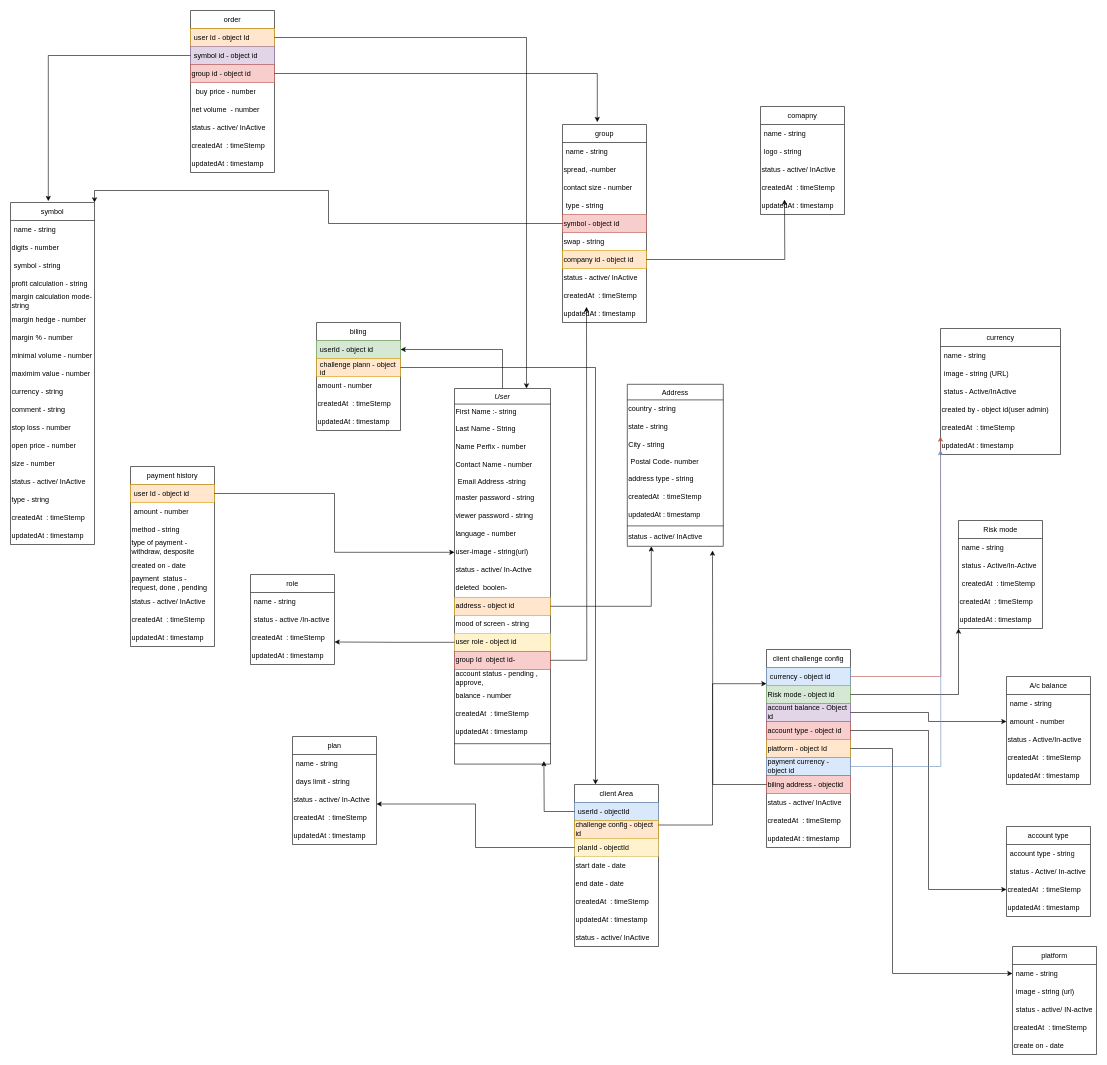
Earlier version of the draw.io diagram Untitled Diagram.drawio (ankurram/testing1). Source tidied: cells renumbered, new cells numbered last; positions are measured from the earlier drawing's top-left corner, leaving out a move shared by most shapes. Both pictures are drawn from the tidied source at 60%, with x=0, y=0 at pixel (10, 10).
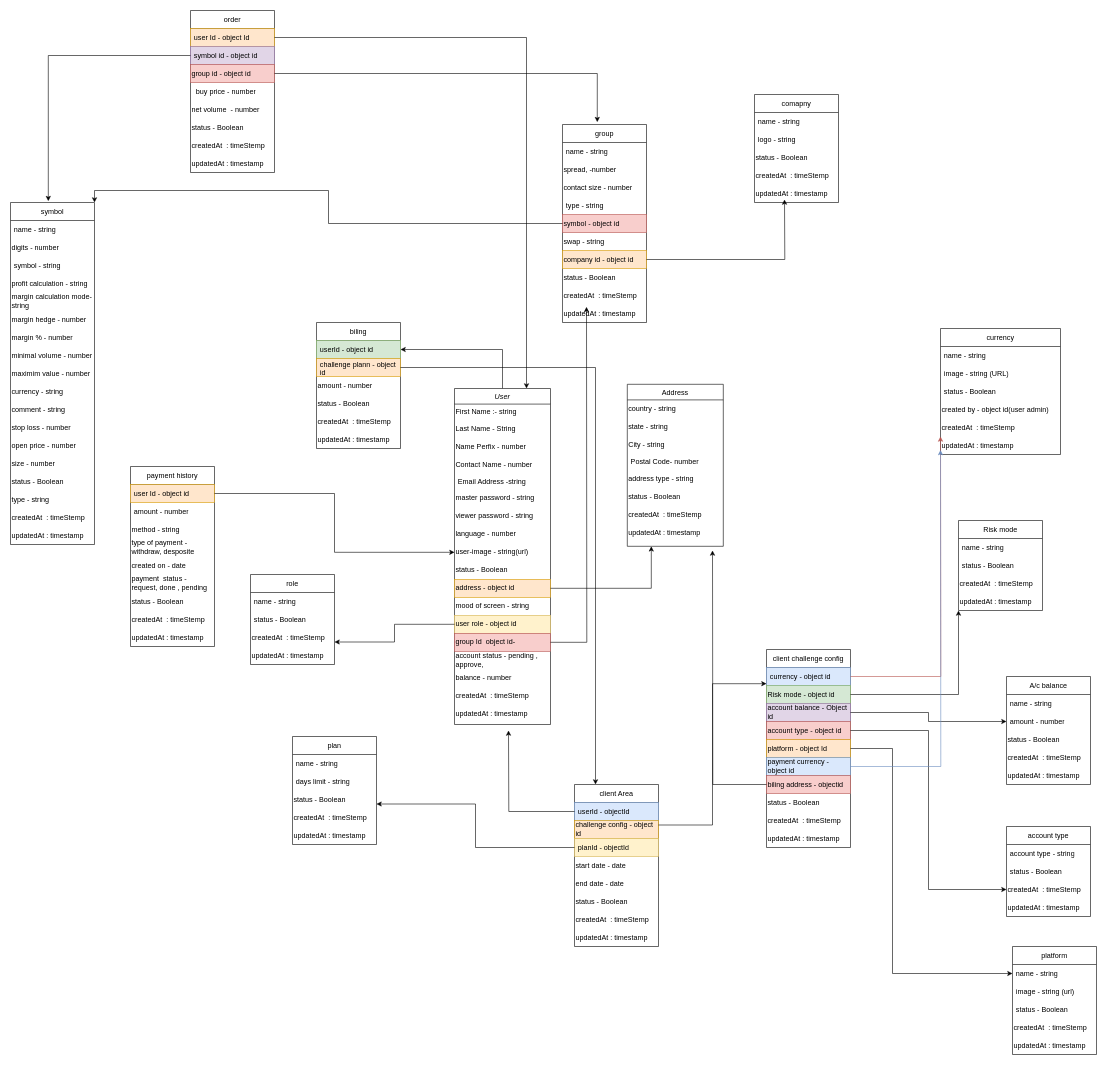
The same page after the edit.

Unchanged cells that the change refers to:
```xml
<mxCell id="24" value="Address" style="swimlane;fontStyle=0;align=center;verticalAlign=top;horizontal=1;startSize=26;rounded=0;shadow=0;strokeWidth=1;" parent="1" vertex="1">
  <mxGeometry x="1028" y="623" width="160" height="270" as="geometry" />
</mxCell>
<mxCell id="34" value="client Area" style="swimlane;fontStyle=0;horizontal=1;startSize=30;whiteSpace=wrap;html=1;" parent="1" vertex="1">
  <mxGeometry x="940" y="1290" width="140" height="270" as="geometry" />
</mxCell>
<mxCell id="35" value="userId - objectId" style="text;strokeColor=#6c8ebf;fillColor=#dae8fc;align=left;verticalAlign=middle;spacingLeft=4;spacingRight=4;overflow=hidden;points=[[0,0.5],[1,0.5]];portConstraint=eastwest;whiteSpace=wrap;html=1;" parent="34" vertex="1">
  <mxGeometry y="30" width="140" height="30" as="geometry" />
</mxCell>
<mxCell id="44" value="client challenge config" style="swimlane;fontStyle=0;horizontal=1;startSize=30;whiteSpace=wrap;html=1;" parent="1" vertex="1">
  <mxGeometry x="1260" y="1065" width="140" height="330" as="geometry" />
</mxCell>
<mxCell id="63" value="&lt;div align=&quot;center&quot;&gt;plan&lt;/div&gt;" style="swimlane;fontStyle=0;horizontal=1;startSize=30;whiteSpace=wrap;html=1;align=center;" parent="1" vertex="1">
  <mxGeometry x="470" y="1210" width="140" height="180" as="geometry" />
</mxCell>
<mxCell id="69" value="currency" style="swimlane;fontStyle=0;horizontal=1;startSize=30;whiteSpace=wrap;html=1;" parent="1" vertex="1">
  <mxGeometry x="1550" y="530" width="200" height="210" as="geometry" />
</mxCell>
<mxCell id="84" value="A/c balance" style="swimlane;fontStyle=0;horizontal=1;startSize=30;whiteSpace=wrap;html=1;" parent="1" vertex="1">
  <mxGeometry x="1660" y="1110" width="140" height="180" as="geometry" />
</mxCell>
<mxCell id="91" value="account type" style="swimlane;fontStyle=0;horizontal=1;startSize=30;whiteSpace=wrap;html=1;labelBackgroundColor=none;labelBorderColor=none;" parent="1" vertex="1">
  <mxGeometry x="1660" y="1360" width="140" height="150" as="geometry" />
</mxCell>
<mxCell id="97" value="platform " style="swimlane;fontStyle=0;horizontal=1;startSize=30;whiteSpace=wrap;html=1;" parent="1" vertex="1">
  <mxGeometry x="1670" y="1560" width="140" height="180" as="geometry" />
</mxCell>
<mxCell id="105" value="payment history" style="swimlane;fontStyle=0;horizontal=1;startSize=30;whiteSpace=wrap;html=1;" parent="1" vertex="1">
  <mxGeometry x="200" y="760" width="140" height="300" as="geometry" />
</mxCell>
<mxCell id="119" value="order" style="swimlane;fontStyle=0;horizontal=1;startSize=30;whiteSpace=wrap;html=1;" parent="1" vertex="1">
  <mxGeometry x="300" width="140" height="270" as="geometry" />
</mxCell>
<mxCell id="128" value="role" style="swimlane;fontStyle=0;horizontal=1;startSize=30;whiteSpace=wrap;html=1;" parent="1" vertex="1">
  <mxGeometry x="400" y="940" width="140" height="150" as="geometry" />
</mxCell>
<mxCell id="134" value="group " style="swimlane;fontStyle=0;horizontal=1;startSize=30;whiteSpace=wrap;html=1;" parent="1" vertex="1">
  <mxGeometry x="920" y="190" width="140" height="330" as="geometry" />
</mxCell>
<mxCell id="146" value="symbol" style="swimlane;fontStyle=0;horizontal=1;startSize=30;whiteSpace=wrap;html=1;" parent="1" vertex="1">
  <mxGeometry y="320" width="140" height="570" as="geometry" />
</mxCell>
```

The edit, as a diff of the source:
```diff
@@
     <mxCell id="3" value="User" style="swimlane;fontStyle=2;align=center;verticalAlign=top;horizontal=1;startSize=26;rounded=0;shadow=0;strokeWidth=1;" parent="1" vertex="1">
-      <mxGeometry x="740" y="630" width="160" height="626" as="geometry" />
+      <mxGeometry x="740" y="630" width="160" height="560" as="geometry" />
     </mxCell>
@@
-    <mxCell id="13" value="status - active/ In-Active" style="text;html=1;strokeColor=none;fillColor=none;align=left;verticalAlign=middle;whiteSpace=wrap;rounded=0;" parent="3" vertex="1">
+    <mxCell id="13" value="status - Boolean " style="text;html=1;strokeColor=none;fillColor=none;align=left;verticalAlign=middle;whiteSpace=wrap;rounded=0;" parent="3" vertex="1">
       <mxGeometry y="288" width="160" height="30" as="geometry" />
     </mxCell>
-    <mxCell id="14" value="deleted&amp;nbsp; boolen- " style="text;html=1;strokeColor=none;fillColor=none;align=left;verticalAlign=middle;whiteSpace=wrap;rounded=0;" parent="3" vertex="1">
-      <mxGeometry y="318" width="160" height="30" as="geometry" />
-    </mxCell>
     <mxCell id="15" value="address - object id" style="text;html=1;strokeColor=#d79b00;fillColor=#ffe6cc;align=left;verticalAlign=middle;whiteSpace=wrap;rounded=0;" parent="3" vertex="1">
-      <mxGeometry y="348" width="160" height="30" as="geometry" />
+      <mxGeometry y="318" width="160" height="30" as="geometry" />
     </mxCell>
     <mxCell id="16" value="mood of screen - string" style="text;html=1;strokeColor=none;fillColor=none;align=left;verticalAlign=middle;whiteSpace=wrap;rounded=0;" parent="3" vertex="1">
-      <mxGeometry y="378" width="160" height="30" as="geometry" />
+      <mxGeometry y="348" width="160" height="30" as="geometry" />
     </mxCell>
     <mxCell id="17" value="user role - object id " style="text;html=1;strokeColor=#d6b656;fillColor=#fff2cc;align=left;verticalAlign=middle;whiteSpace=wrap;rounded=0;" parent="3" vertex="1">
-      <mxGeometry y="408" width="160" height="30" as="geometry" />
+      <mxGeometry y="378" width="160" height="30" as="geometry" />
     </mxCell>
     <mxCell id="18" value="group Id&amp;nbsp; object id-" style="text;html=1;strokeColor=#b85450;fillColor=#f8cecc;align=left;verticalAlign=middle;whiteSpace=wrap;rounded=0;" parent="3" vertex="1">
-      <mxGeometry y="438" width="160" height="30" as="geometry" />
+      <mxGeometry y="408" width="160" height="30" as="geometry" />
     </mxCell>
     <mxCell id="19" value="account status - pending , approve, " style="text;html=1;strokeColor=none;fillColor=none;align=left;verticalAlign=middle;whiteSpace=wrap;rounded=0;" parent="3" vertex="1">
-      <mxGeometry y="468" width="160" height="30" as="geometry" />
+      <mxGeometry y="438" width="160" height="30" as="geometry" />
     </mxCell>
     <mxCell id="20" value="balance - number" style="text;html=1;align=left;verticalAlign=middle;whiteSpace=wrap;rounded=0;" parent="3" vertex="1">
-      <mxGeometry y="498" width="160" height="30" as="geometry" />
+      <mxGeometry y="468" width="160" height="30" as="geometry" />
     </mxCell>
     <mxCell id="21" value="createdAt&amp;nbsp; : timeStemp" style="text;html=1;strokeColor=none;fillColor=none;align=left;verticalAlign=middle;whiteSpace=wrap;rounded=0;" parent="3" vertex="1">
-      <mxGeometry y="528" width="160" height="30" as="geometry" />
+      <mxGeometry y="498" width="160" height="30" as="geometry" />
     </mxCell>
     <mxCell id="22" value="updatedAt : timestamp" style="text;html=1;strokeColor=none;fillColor=none;align=left;verticalAlign=middle;whiteSpace=wrap;rounded=0;" parent="3" vertex="1">
-      <mxGeometry y="558" width="160" height="30" as="geometry" />
+      <mxGeometry y="528" width="160" height="30" as="geometry" />
     </mxCell>
-    <mxCell id="23" style="line;html=1;strokeWidth=1;align=left;verticalAlign=middle;spacingTop=-1;spacingLeft=3;spacingRight=3;labelPosition=right;" parent="3" vertex="1">
-      <mxGeometry y="588" width="160" height="8" as="geometry" />
-    </mxCell>
@@
+    <mxCell id="33" value="status - Boolean " style="text;html=1;strokeColor=none;fillColor=none;align=left;verticalAlign=middle;whiteSpace=wrap;rounded=0;" parent="24" vertex="1">
+      <mxGeometry y="172" width="160" height="30" as="geometry" />
+    </mxCell>
     <mxCell id="30" value="createdAt&amp;nbsp; : timeStemp" style="text;html=1;strokeColor=none;fillColor=none;align=left;verticalAlign=middle;whiteSpace=wrap;rounded=0;" parent="24" vertex="1">
-      <mxGeometry y="172" width="160" height="30" as="geometry" />
+      <mxGeometry y="202" width="160" height="30" as="geometry" />
     </mxCell>
     <mxCell id="31" value="updatedAt : timestamp" style="text;html=1;strokeColor=none;fillColor=none;align=left;verticalAlign=middle;whiteSpace=wrap;rounded=0;" parent="24" vertex="1">
-      <mxGeometry y="202" width="160" height="30" as="geometry" />
+      <mxGeometry y="232" width="160" height="30" as="geometry" />
     </mxCell>
-    <mxCell id="32" style="line;html=1;strokeWidth=1;align=left;verticalAlign=middle;spacingTop=-1;spacingLeft=3;spacingRight=3;labelPosition=right;" parent="24" vertex="1">
-      <mxGeometry y="232" width="160" height="8" as="geometry" />
-    </mxCell>
-    <mxCell id="33" value="status - active/ InActive" style="text;html=1;strokeColor=none;fillColor=none;align=left;verticalAlign=middle;whiteSpace=wrap;rounded=0;" parent="24" vertex="1">
-      <mxGeometry y="240" width="160" height="30" as="geometry" />
-    </mxCell>
@@
+    <mxCell id="42" value="status - Boolean " style="text;html=1;strokeColor=none;fillColor=none;align=left;verticalAlign=middle;whiteSpace=wrap;rounded=0;" parent="34" vertex="1">
+      <mxGeometry y="180" width="140" height="30" as="geometry" />
+    </mxCell>
     <mxCell id="40" value="&lt;div align=&quot;left&quot;&gt;createdAt&amp;nbsp; : timeStemp&lt;/div&gt;" style="text;html=1;strokeColor=none;fillColor=none;align=left;verticalAlign=middle;whiteSpace=wrap;rounded=0;" parent="34" vertex="1">
-      <mxGeometry y="180" width="140" height="30" as="geometry" />
+      <mxGeometry y="210" width="140" height="30" as="geometry" />
     </mxCell>
     <mxCell id="41" value="updatedAt : timestamp" style="text;html=1;strokeColor=none;fillColor=none;align=left;verticalAlign=middle;whiteSpace=wrap;rounded=0;" parent="34" vertex="1">
-      <mxGeometry y="210" width="140" height="30" as="geometry" />
+      <mxGeometry y="240" width="140" height="30" as="geometry" />
     </mxCell>
-    <mxCell id="42" value="status - active/ InActive" style="text;html=1;strokeColor=none;fillColor=none;align=left;verticalAlign=middle;whiteSpace=wrap;rounded=0;" parent="34" vertex="1">
-      <mxGeometry y="240" width="140" height="30" as="geometry" />
-    </mxCell>
@@
-    <mxCell id="52" value="status - active/ InActive" style="text;html=1;strokeColor=none;fillColor=none;align=left;verticalAlign=middle;whiteSpace=wrap;rounded=0;" parent="44" vertex="1">
+    <mxCell id="52" value="status - Boolean " style="text;html=1;strokeColor=none;fillColor=none;align=left;verticalAlign=middle;whiteSpace=wrap;rounded=0;" parent="44" vertex="1">
       <mxGeometry y="240" width="140" height="30" as="geometry" />
     </mxCell>
@@
     <mxCell id="56" value="biling" style="swimlane;fontStyle=0;horizontal=1;startSize=30;whiteSpace=wrap;html=1;" parent="1" vertex="1">
-      <mxGeometry x="510" y="520" width="140" height="180" as="geometry" />
+      <mxGeometry x="510" y="520" width="140" height="210" as="geometry" />
     </mxCell>
@@
+    <mxCell id="176" value="status - Boolean " style="text;html=1;strokeColor=none;fillColor=none;align=left;verticalAlign=middle;whiteSpace=wrap;rounded=0;" parent="56" vertex="1">
+      <mxGeometry y="120" width="140" height="30" as="geometry" />
+    </mxCell>
     <mxCell id="60" value="createdAt&amp;nbsp; : timeStemp" style="text;html=1;strokeColor=none;fillColor=none;align=left;verticalAlign=middle;whiteSpace=wrap;rounded=0;" parent="56" vertex="1">
-      <mxGeometry y="120" width="140" height="30" as="geometry" />
+      <mxGeometry y="150" width="140" height="30" as="geometry" />
     </mxCell>
     <mxCell id="61" value="updatedAt : timestamp" style="text;html=1;strokeColor=none;fillColor=none;align=left;verticalAlign=middle;whiteSpace=wrap;rounded=0;" parent="56" vertex="1">
-      <mxGeometry y="150" width="140" height="30" as="geometry" />
+      <mxGeometry y="180" width="140" height="30" as="geometry" />
     </mxCell>
@@
-    <mxCell id="66" value="status - active/ In-Active" style="text;html=1;strokeColor=none;fillColor=none;align=left;verticalAlign=middle;whiteSpace=wrap;rounded=0;" parent="63" vertex="1">
+    <mxCell id="66" value="status - Boolean " style="text;html=1;strokeColor=none;fillColor=none;align=left;verticalAlign=middle;whiteSpace=wrap;rounded=0;" parent="63" vertex="1">
       <mxGeometry y="90" width="140" height="30" as="geometry" />
     </mxCell>
@@
-    <mxCell id="72" value="status - Active/InActive" style="text;strokeColor=none;fillColor=none;align=left;verticalAlign=middle;spacingLeft=4;spacingRight=4;overflow=hidden;whiteSpace=wrap;html=1;" parent="69" vertex="1">
+    <mxCell id="72" value="status - Boolean " style="text;strokeColor=none;fillColor=none;align=left;verticalAlign=middle;spacingLeft=4;spacingRight=4;overflow=hidden;whiteSpace=wrap;html=1;" parent="69" vertex="1">
       <mxGeometry y="90" width="200" height="30" as="geometry" />
     </mxCell>
@@
     <mxCell id="77" value="Risk mode" style="swimlane;fontStyle=0;horizontal=1;startSize=30;whiteSpace=wrap;html=1;" parent="1" vertex="1">
-      <mxGeometry x="1580" y="850" width="140" height="180" as="geometry" />
+      <mxGeometry x="1580" y="850" width="140" height="150" as="geometry" />
     </mxCell>
@@
-    <mxCell id="79" value="status - Active/In-Active" style="text;strokeColor=none;fillColor=none;align=left;verticalAlign=middle;spacingLeft=4;spacingRight=4;overflow=hidden;whiteSpace=wrap;html=1;" parent="77" vertex="1">
+    <mxCell id="79" value="status - Boolean " style="text;strokeColor=none;fillColor=none;align=left;verticalAlign=middle;spacingLeft=4;spacingRight=4;overflow=hidden;whiteSpace=wrap;html=1;" parent="77" vertex="1">
       <mxGeometry y="60" width="140" height="30" as="geometry" />
     </mxCell>
-    <mxCell id="80" value="createdAt&amp;nbsp; : timeStemp" style="text;strokeColor=none;fillColor=none;align=left;verticalAlign=middle;spacingLeft=4;spacingRight=4;overflow=hidden;whiteSpace=wrap;html=1;" parent="77" vertex="1">
-      <mxGeometry y="90" width="140" height="30" as="geometry" />
-    </mxCell>
     <mxCell id="81" value="createdAt&amp;nbsp; : timeStemp" style="text;html=1;strokeColor=none;fillColor=none;align=left;verticalAlign=middle;whiteSpace=wrap;rounded=0;" parent="77" vertex="1">
-      <mxGeometry y="120" width="140" height="30" as="geometry" />
+      <mxGeometry y="90" width="140" height="30" as="geometry" />
     </mxCell>
     <mxCell id="82" value="updatedAt : timestamp" style="text;html=1;strokeColor=none;fillColor=none;align=left;verticalAlign=middle;whiteSpace=wrap;rounded=0;" parent="77" vertex="1">
-      <mxGeometry y="150" width="140" height="30" as="geometry" />
+      <mxGeometry y="120" width="140" height="30" as="geometry" />
     </mxCell>
@@
-    <mxCell id="87" value="status - Active/In-active" style="text;html=1;strokeColor=none;fillColor=none;align=left;verticalAlign=middle;whiteSpace=wrap;rounded=0;" parent="84" vertex="1">
+    <mxCell id="87" value="status - Boolean " style="text;html=1;strokeColor=none;fillColor=none;align=left;verticalAlign=middle;whiteSpace=wrap;rounded=0;" parent="84" vertex="1">
       <mxGeometry y="90" width="140" height="30" as="geometry" />
     </mxCell>
@@
-    <mxCell id="93" value="status - Active/ In-active" style="text;strokeColor=none;fillColor=none;align=left;verticalAlign=middle;spacingLeft=4;spacingRight=4;overflow=hidden;whiteSpace=wrap;html=1;labelBackgroundColor=none;labelBorderColor=none;" parent="91" vertex="1">
+    <mxCell id="93" value="status - Boolean " style="text;strokeColor=none;fillColor=none;align=left;verticalAlign=middle;spacingLeft=4;spacingRight=4;overflow=hidden;whiteSpace=wrap;html=1;labelBackgroundColor=none;labelBorderColor=none;" parent="91" vertex="1">
       <mxGeometry y="60" width="140" height="30" as="geometry" />
     </mxCell>
@@
-    <mxCell id="100" value="status - active/ IN-active" style="text;strokeColor=none;fillColor=none;align=left;verticalAlign=middle;spacingLeft=4;spacingRight=4;overflow=hidden;whiteSpace=wrap;html=1;" parent="97" vertex="1">
+    <mxCell id="100" value="status - Boolean " style="text;strokeColor=none;fillColor=none;align=left;verticalAlign=middle;spacingLeft=4;spacingRight=4;overflow=hidden;whiteSpace=wrap;html=1;" parent="97" vertex="1">
       <mxGeometry y="90" width="140" height="30" as="geometry" />
     </mxCell>
@@
-    <mxCell id="102" value="create on - date" style="text;html=1;strokeColor=none;fillColor=none;align=left;verticalAlign=middle;whiteSpace=wrap;rounded=0;" parent="97" vertex="1">
+    <mxCell id="102" value="updatedAt : timestamp" style="text;html=1;strokeColor=none;fillColor=none;align=left;verticalAlign=middle;whiteSpace=wrap;rounded=0;" parent="97" vertex="1">
       <mxGeometry y="150" width="140" height="30" as="geometry" />
     </mxCell>
@@
-    <mxCell id="112" value="status - active/ InActive" style="text;html=1;strokeColor=none;fillColor=none;align=left;verticalAlign=middle;whiteSpace=wrap;rounded=0;" parent="105" vertex="1">
+    <mxCell id="112" value="status - Boolean " style="text;html=1;strokeColor=none;fillColor=none;align=left;verticalAlign=middle;whiteSpace=wrap;rounded=0;" parent="105" vertex="1">
       <mxGeometry y="210" width="140" height="30" as="geometry" />
     </mxCell>
@@
-    <mxCell id="117" style="edgeStyle=orthogonalEdgeStyle;rounded=0;jettySize=auto;html=1;entryX=0.931;entryY=0.962;entryDx=0;entryDy=0;entryPerimeter=0;" parent="1" edge="1" source="35">
+    <mxCell id="117" style="edgeStyle=orthogonalEdgeStyle;rounded=0;jettySize=auto;html=1;" parent="1" edge="1" source="35">
       <mxGeometry relative="1" as="geometry">
-        <mxPoint x="889" y="1251" as="targetPoint" />
+        <mxPoint x="830" y="1200" as="targetPoint" />
       </mxGeometry>
     </mxCell>
@@
-    <mxCell id="125" value="status - active/ InActive" style="text;html=1;strokeColor=none;fillColor=none;align=left;verticalAlign=middle;whiteSpace=wrap;rounded=0;" parent="119" vertex="1">
+    <mxCell id="125" value="status - Boolean " style="text;html=1;strokeColor=none;fillColor=none;align=left;verticalAlign=middle;whiteSpace=wrap;rounded=0;" parent="119" vertex="1">
       <mxGeometry y="180" width="140" height="30" as="geometry" />
     </mxCell>
@@
-    <mxCell id="130" value="status - active /In-active" style="text;strokeColor=none;fillColor=none;align=left;verticalAlign=middle;spacingLeft=4;spacingRight=4;overflow=hidden;whiteSpace=wrap;html=1;" parent="128" vertex="1">
+    <mxCell id="130" value="status - Boolean " style="text;strokeColor=none;fillColor=none;align=left;verticalAlign=middle;spacingLeft=4;spacingRight=4;overflow=hidden;whiteSpace=wrap;html=1;" parent="128" vertex="1">
       <mxGeometry y="60" width="140" height="30" as="geometry" />
     </mxCell>
@@
-    <mxCell id="142" value="status - active/ InActive" style="text;html=1;strokeColor=none;fillColor=none;align=left;verticalAlign=middle;whiteSpace=wrap;rounded=0;" parent="134" vertex="1">
+    <mxCell id="142" value="status - Boolean " style="text;html=1;strokeColor=none;fillColor=none;align=left;verticalAlign=middle;whiteSpace=wrap;rounded=0;" parent="134" vertex="1">
       <mxGeometry y="240" width="140" height="30" as="geometry" />
     </mxCell>
@@
-    <mxCell id="161" value="status - active/ InActive" style="text;html=1;strokeColor=none;fillColor=none;align=left;verticalAlign=middle;whiteSpace=wrap;rounded=0;" parent="146" vertex="1">
+    <mxCell id="161" value="status - Boolean " style="text;html=1;strokeColor=none;fillColor=none;align=left;verticalAlign=middle;whiteSpace=wrap;rounded=0;" parent="146" vertex="1">
       <mxGeometry y="450" width="140" height="30" as="geometry" />
     </mxCell>
@@
     <mxCell id="167" value="comapny" style="swimlane;fontStyle=0;horizontal=1;startSize=30;whiteSpace=wrap;html=1;" parent="1" vertex="1">
-      <mxGeometry x="1250" y="160" width="140" height="180" as="geometry" />
+      <mxGeometry x="1240" y="140" width="140" height="180" as="geometry" />
     </mxCell>
@@
-    <mxCell id="170" value="status - active/ InActive" style="text;html=1;strokeColor=none;fillColor=none;align=left;verticalAlign=middle;whiteSpace=wrap;rounded=0;" parent="167" vertex="1">
+    <mxCell id="170" value="status - Boolean " style="text;html=1;strokeColor=none;fillColor=none;align=left;verticalAlign=middle;whiteSpace=wrap;rounded=0;" parent="167" vertex="1">
       <mxGeometry y="90" width="140" height="30" as="geometry" />
     </mxCell>
```
